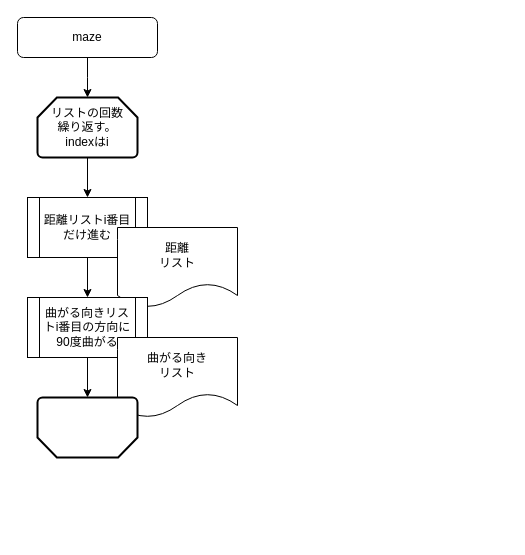
Earlier version of the draw.io diagram 名称未設定ファイル.drawio (ren255/drow.io). Source tidied: cells renumbered, new cells numbered last; positions are measured from the earlier drawing's top-left corner, leaving out a move shared by most shapes. Both pictures are drawn from the tidied source at 100%, with x=0, y=0 at pixel (17, 17).
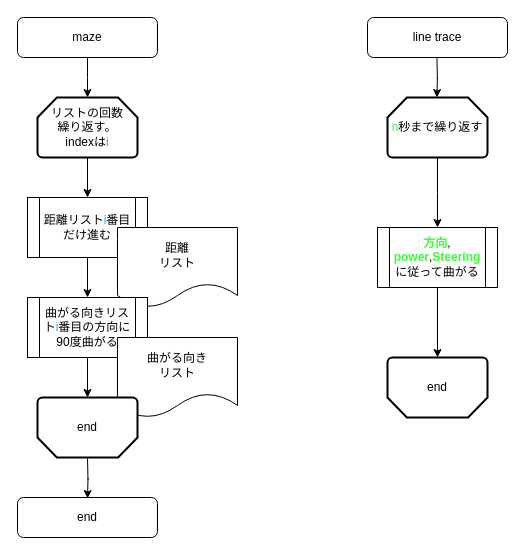
Above is the later version.

Commit message:
maze,line trace

Diff of the diagram source:
```diff
@@
-    <mxCell id="5" value="距離リストi番目だけ進む" style="shape=process;whiteSpace=wrap;html=1;backgroundOutline=1;" parent="1" vertex="1">
+    <mxCell id="5" value="距離リスト&lt;font color=&quot;#3399ff&quot;&gt;i&lt;/font&gt;番目だけ進む" style="shape=process;whiteSpace=wrap;html=1;backgroundOutline=1;" parent="1" vertex="1">
       <mxGeometry x="10" y="180" width="120" height="60" as="geometry" />
     </mxCell>
@@
-    <mxCell id="7" value="リストの回数&lt;div&gt;繰り返す。&lt;br&gt;indexはi&lt;/div&gt;" style="strokeWidth=2;html=1;shape=mxgraph.flowchart.loop_limit;whiteSpace=wrap;" parent="1" vertex="1">
+    <mxCell id="7" value="リストの回数&lt;div&gt;繰り返す。&lt;br&gt;indexは&lt;font color=&quot;#3399ff&quot;&gt;i&lt;/font&gt;&lt;/div&gt;" style="strokeWidth=2;html=1;shape=mxgraph.flowchart.loop_limit;whiteSpace=wrap;" parent="1" vertex="1">
       <mxGeometry x="20" y="80" width="100" height="60" as="geometry" />
     </mxCell>
@@
-    <mxCell id="10" value="曲がる向きリストi番目の方向に90度曲がる" style="shape=process;whiteSpace=wrap;html=1;backgroundOutline=1;" parent="1" vertex="1">
+    <mxCell id="10" value="曲がる向きリスト&lt;font color=&quot;#3399ff&quot;&gt;i&lt;/font&gt;番目の方向に90度曲がる" style="shape=process;whiteSpace=wrap;html=1;backgroundOutline=1;" parent="1" vertex="1">
       <mxGeometry x="10" y="280" width="120" height="60" as="geometry" />
     </mxCell>
+    <mxCell id="13" style="edgeStyle=orthogonalEdgeStyle;rounded=0;orthogonalLoop=1;jettySize=auto;html=1;exitX=0.5;exitY=1;exitDx=0;exitDy=0;" parent="1" edge="1">
+      <mxGeometry relative="1" as="geometry">
+        <mxPoint x="70" y="441" as="sourcePoint" />
+        <mxPoint x="70" y="481" as="targetPoint" />
+      </mxGeometry>
+    </mxCell>
+    <mxCell id="14" value="end" style="rounded=1;whiteSpace=wrap;html=1;" parent="1" vertex="1">
+      <mxGeometry y="480" width="140" height="40" as="geometry" />
+    </mxCell>
+    <mxCell id="15" value="line trace" style="rounded=1;whiteSpace=wrap;html=1;" parent="1" vertex="1">
+      <mxGeometry x="350" width="140" height="40" as="geometry" />
+    </mxCell>
+    <mxCell id="16" style="edgeStyle=orthogonalEdgeStyle;rounded=0;orthogonalLoop=1;jettySize=auto;html=1;exitX=0.5;exitY=1;exitDx=0;exitDy=0;entryX=0.5;entryY=0;entryDx=0;entryDy=0;" parent="1" edge="1">
+      <mxGeometry relative="1" as="geometry">
+        <mxPoint x="419.4" y="40" as="sourcePoint" />
+        <mxPoint x="419.4" y="80" as="targetPoint" />
+      </mxGeometry>
+    </mxCell>
+    <mxCell id="17" style="edgeStyle=orthogonalEdgeStyle;rounded=0;jettySize=auto;html=1;" parent="1" edge="1" source="18">
+      <mxGeometry relative="1" as="geometry">
+        <mxPoint x="420" y="210" as="targetPoint" />
+      </mxGeometry>
+    </mxCell>
+    <mxCell id="18" value="&lt;font color=&quot;#33ff33&quot;&gt;n&lt;/font&gt;秒まで繰り返す" style="strokeWidth=2;html=1;shape=mxgraph.flowchart.loop_limit;whiteSpace=wrap;" parent="1" vertex="1">
+      <mxGeometry x="370" y="80" width="100" height="60" as="geometry" />
+    </mxCell>
+    <mxCell id="19" value="end" style="strokeWidth=2;html=1;shape=mxgraph.flowchart.loop_limit;whiteSpace=wrap;direction=west;" parent="1" vertex="1">
+      <mxGeometry x="370" y="340" width="100" height="60" as="geometry" />
+    </mxCell>
@@
-    <mxCell id="12" style="strokeWidth=2;html=1;shape=mxgraph.flowchart.loop_limit;whiteSpace=wrap;direction=west;" parent="1" vertex="1">
+    <mxCell id="12" value="end" style="strokeWidth=2;html=1;shape=mxgraph.flowchart.loop_limit;whiteSpace=wrap;direction=west;" parent="1" vertex="1">
       <mxGeometry x="20" y="380" width="100" height="60" as="geometry" />
     </mxCell>
+    <mxCell id="20" value="&lt;b&gt;&lt;font color=&quot;#33ff33&quot;&gt;方向&lt;/font&gt;&lt;/b&gt;,&lt;br&gt;&lt;b&gt;&lt;font color=&quot;#33ff33&quot;&gt;power&lt;/font&gt;&lt;/b&gt;,&lt;b&gt;&lt;font color=&quot;#33ff33&quot;&gt;Steering&lt;/font&gt;&lt;/b&gt;&lt;div&gt;に従って&lt;span style=&quot;background-color: initial;&quot;&gt;曲がる&lt;/span&gt;&lt;/div&gt;" style="shape=process;whiteSpace=wrap;html=1;backgroundOutline=1;" parent="1" vertex="1">
+      <mxGeometry x="360" y="210" width="120" height="60" as="geometry" />
+    </mxCell>
+    <mxCell id="21" style="edgeStyle=orthogonalEdgeStyle;rounded=0;jettySize=auto;html=1;exitX=0.5;exitY=1;exitDx=0;exitDy=0;entryX=0.5;entryY=1;entryDx=0;entryDy=0;entryPerimeter=0;" parent="1" edge="1" source="20" target="19">
+      <mxGeometry relative="1" as="geometry" />
+    </mxCell>
```
